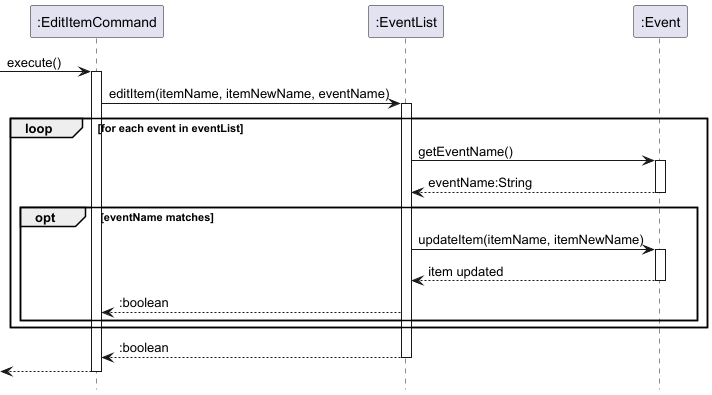
Above: docs/images/EditItemCommandSequenceDiagram.png in nus-cs2113-AY2425S1/tp (PlantUML), before the change.
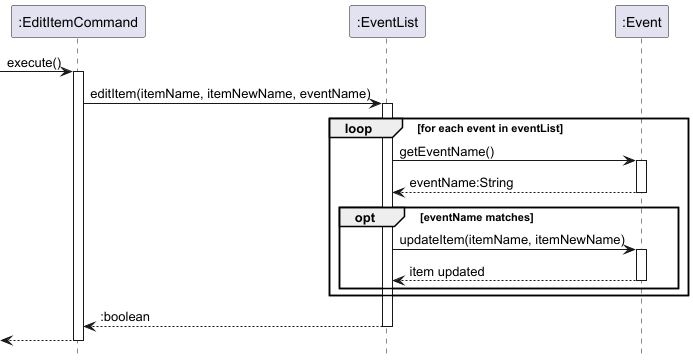
The same diagram one commit later.

Diff of the diagram source:
```diff
@@ -22,8 +22,6 @@
         activate event
         event --> eventList : item updated
         deactivate event
-        eventList --> editCommand : :boolean
-
     end
 
 end
```
